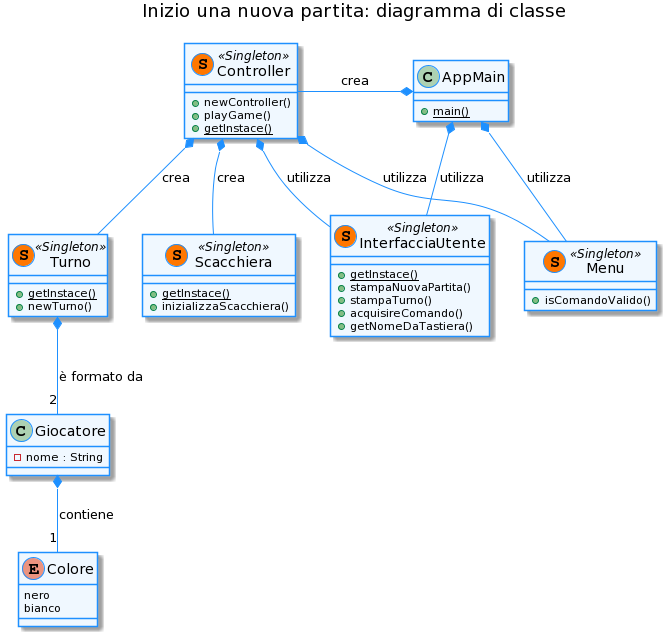
softeng1920-inf-uniba/progetto1920-catmull keeps this PlantUML diagram as doc/drawings/IniziaNuovaPartita.png. Above is the earlier version.
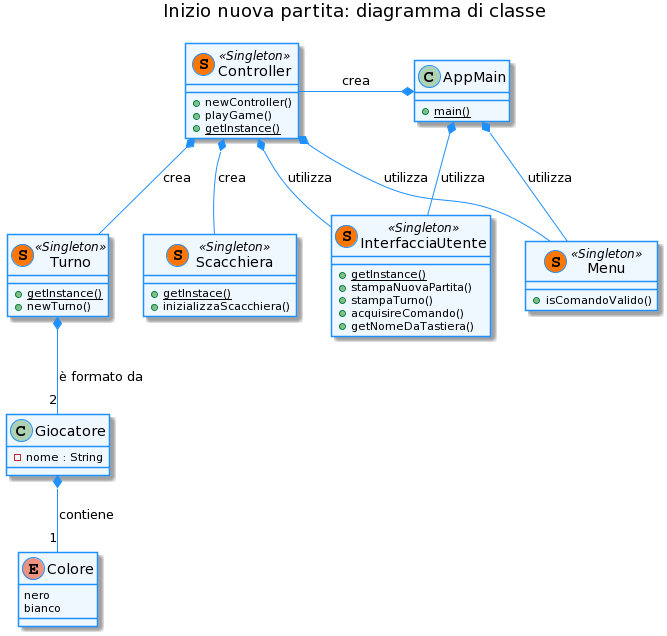
After the change.

Commit message:
Risolti errori diagramma di classe

Change to the diagram source:
```diff
@@ -1,5 +1,5 @@
 @startuml
-title Inizio una nuova partita: diagramma di classe
+title Inizio nuova partita: diagramma di classe
 skinparam classFontSize 14
 
 
@@ -18,7 +18,7 @@
 class Controller << (S,#FF7700) Singleton >> {
 + newController()
 + playGame()
-+ {static} getInstace()
++ {static} getInstance()
 }
 
 class Menu << (S,#FF7700) Singleton >> {
@@ -26,7 +26,7 @@
 }
 
 class InterfacciaUtente << (S,#FF7700) Singleton >> {
-+ {static} getInstace()
++ {static} getInstance()
 + stampaNuovaPartita()
 + stampaTurno()
 + acquisireComando()
@@ -34,7 +34,7 @@
 }
 
 class Turno << (S,#FF7700) Singleton >> {
-+ {static} getInstace()
++ {static} getInstance()
 + newTurno()
 }
 
```
